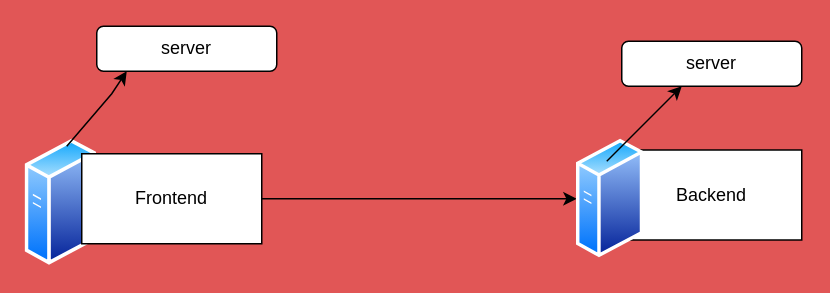
This is Untitled Diagram.drawio from Birkofniki/Augastine-, a draw.io file, before an edit. Source tidied: cells renumbered, new cells numbered last; positions are measured from the earlier drawing's top-left corner, leaving out a move shared by most shapes. Both pictures are drawn from the tidied source at 150%, with x=0, y=0 at pixel (24, 26).
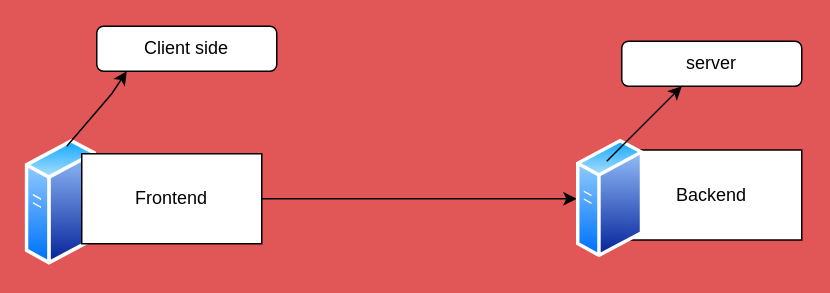
The same diagram, later.

Change to the diagram source:
```diff
@@
 <mxGraphModel background="#e15656">
   <root>
     <mxCell id="0" />
     <mxCell id="1" parent="0" />
     <mxCell id="2" style="image;perimeter=ellipsePerimeter;html=1;align=center;shadow=0;dashed=0;spacingTop=3;image=img/lib/active_directory/generic_server.svg;" parent="1" vertex="1">
       <mxGeometry x="0.4" y="75" width="47.6" height="85" as="geometry" />
     </mxCell>
     <mxCell id="3" style="edgeStyle=orthogonalEdgeStyle;rounded=0;jettySize=auto;html=1;exitX=1;exitY=0.5;exitDx=0;exitDy=0;entryX=0;entryY=0.5;entryDx=0;entryDy=0;" parent="1" edge="1" source="4" target="6">
       <mxGeometry relative="1" as="geometry" />
     </mxCell>
     <mxCell id="4" value="Frontend" style="rounded=0;whiteSpace=wrap;html=1;" parent="1" vertex="1">
       <mxGeometry x="38" y="85" width="120" height="60" as="geometry" />
     </mxCell>
     <mxCell id="5" value="Backend" style="rounded=0;whiteSpace=wrap;html=1;" parent="1" vertex="1">
       <mxGeometry x="398" y="82.5" width="120" height="60" as="geometry" />
     </mxCell>
     <mxCell id="6" style="image;perimeter=ellipsePerimeter;html=1;align=center;shadow=0;dashed=0;spacingTop=3;image=img/lib/active_directory/generic_server.svg;" parent="1" vertex="1">
       <mxGeometry x="368" y="75" width="44.8" height="80" as="geometry" />
     </mxCell>
     <mxCell id="7" style="endArrow=classic;html=1;rounded=0;" parent="1" edge="1">
       <mxGeometry relative="1" as="geometry">
         <mxPoint x="388" y="90" as="sourcePoint" />
         <mxPoint x="438" y="40" as="targetPoint" />
       </mxGeometry>
     </mxCell>
     <mxCell id="8" value="server" style="rounded=1;whiteSpace=wrap;html=1;" parent="1" vertex="1">
       <mxGeometry x="398" y="10" width="120" height="30" as="geometry" />
     </mxCell>
-    <mxCell id="9" value="server" style="rounded=1;whiteSpace=wrap;html=1;" parent="1" vertex="1">
+    <mxCell id="9" value="Client side" style="rounded=1;whiteSpace=wrap;html=1;" parent="1" vertex="1">
       <mxGeometry x="48" width="120" height="30" as="geometry" />
     </mxCell>
     <mxCell id="10" style="endArrow=classic;html=1;rounded=0;" parent="1" edge="1">
       <mxGeometry relative="1" as="geometry">
         <mxPoint x="28" y="80" as="sourcePoint" />
         <mxPoint x="68" y="30" as="targetPoint" />
         <Array as="points">
           <mxPoint x="58" y="45" />
         </Array>
       </mxGeometry>
     </mxCell>
   </root>
 </mxGraphModel>
```
